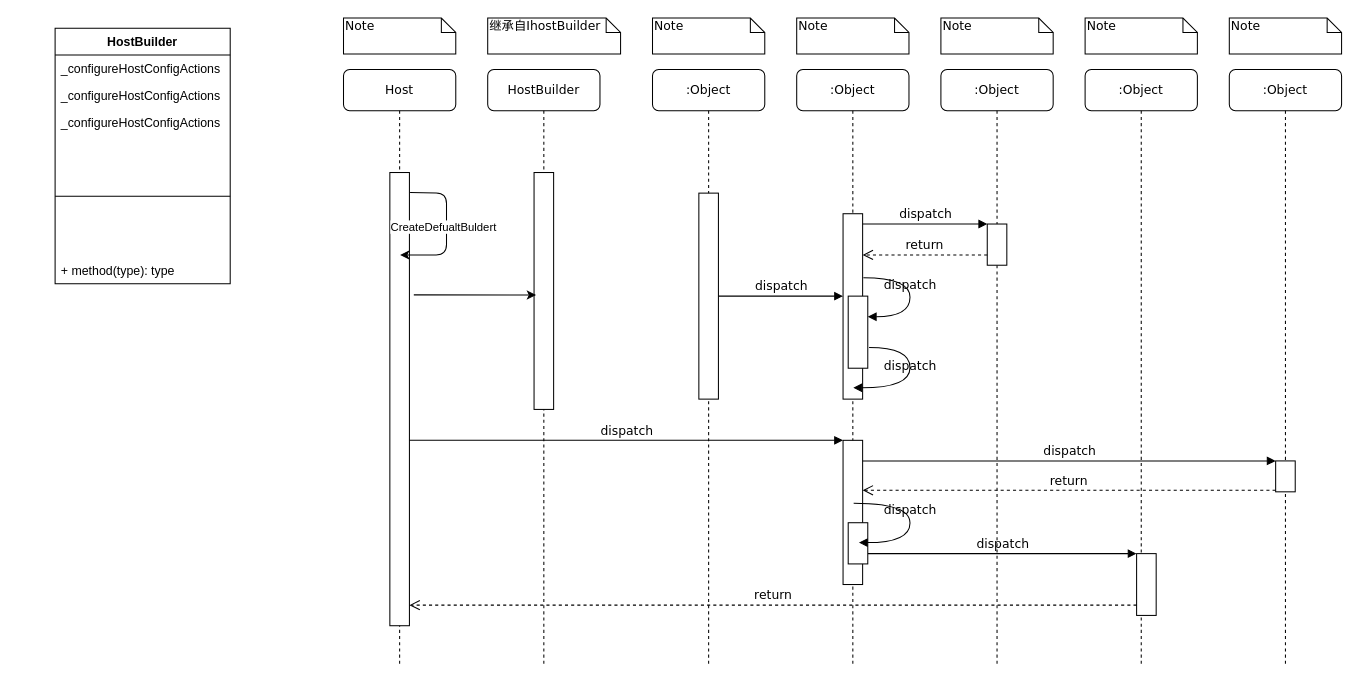
Above: page "Startup" (1 of 3) of Untitled Diagram.drawio in mihaluo/GitLearning (draw.io), before the change. Source tidied: cells renumbered, new cells numbered last; positions are measured from the earlier drawing's top-left corner, leaving out a move shared by most shapes. Both pictures are drawn from the tidied source at 103%, with x=0, y=0 at pixel (55, 18).
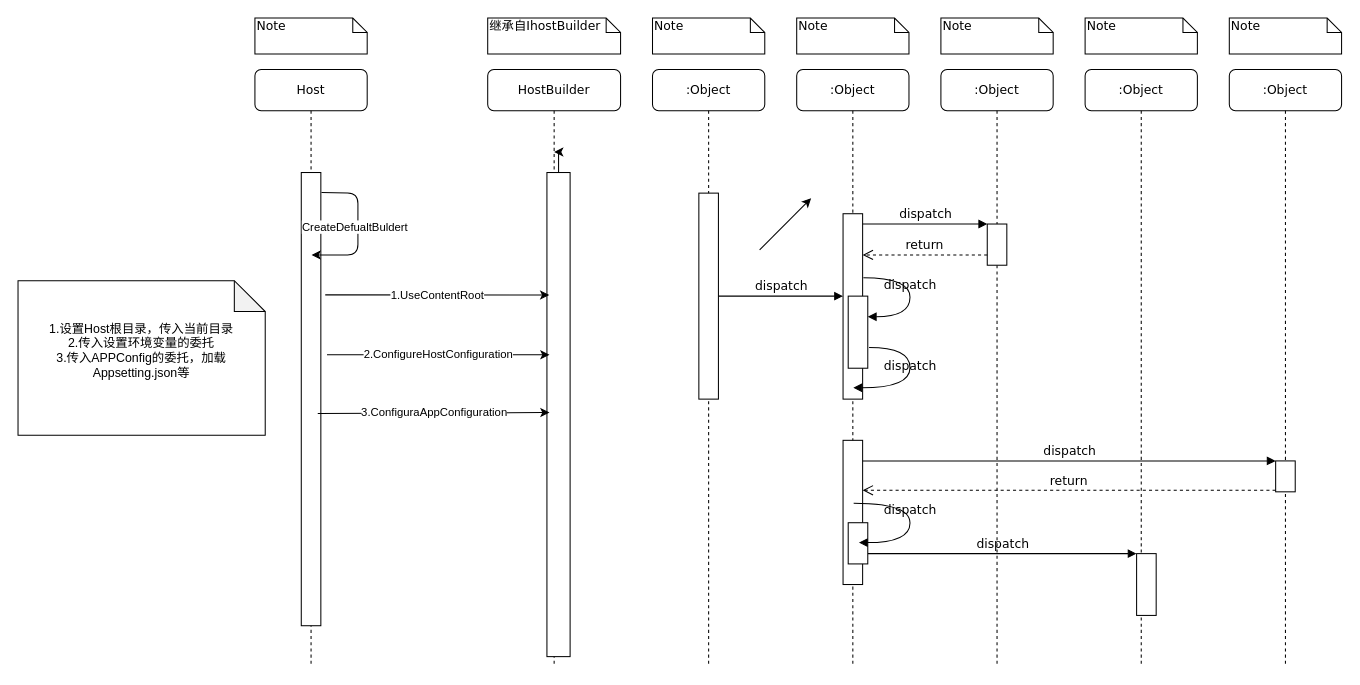
After the change.

Commit message:
add host step 3

Unchanged cells that the change refers to:
```xml
<mxCell id="11" style="html=1;points=[];perimeter=orthogonalPerimeter;rounded=0;shadow=0;comic=0;labelBackgroundColor=none;strokeWidth=1;fontFamily=Verdana;fontSize=12;align=center;" parent="10" vertex="1">
  <mxGeometry x="45" y="100" width="19" height="440" as="geometry" />
</mxCell>
<mxCell id="19" style="html=1;points=[];perimeter=orthogonalPerimeter;rounded=0;shadow=0;comic=0;labelBackgroundColor=none;strokeWidth=1;fontFamily=Verdana;fontSize=12;align=center;" parent="1" vertex="1">
  <mxGeometry x="765" y="410" width="19" height="140" as="geometry" />
</mxCell>
<mxCell id="24" style="html=1;points=[];perimeter=orthogonalPerimeter;rounded=0;shadow=0;comic=0;labelBackgroundColor=none;strokeWidth=1;fontFamily=Verdana;fontSize=12;align=center;" parent="1" vertex="1">
  <mxGeometry x="1050" y="520" width="19" height="60" as="geometry" />
</mxCell>
```

The edit, as a diff of the source:
```diff
@@
     <mxCell id="2" value="HostBuilder" style="shape=umlLifeline;perimeter=lifelinePerimeter;whiteSpace=wrap;html=1;outlineConnect=0;rounded=1;shadow=0;comic=0;labelBackgroundColor=none;strokeWidth=1;fontFamily=Verdana;fontSize=12;align=center;" parent="1" vertex="1">
-      <mxGeometry x="420" y="50" width="109" height="580" as="geometry" />
+      <mxGeometry x="420" y="50" width="129" height="580" as="geometry" />
     </mxCell>
+    <mxCell id="46" style="edgeStyle=orthogonalEdgeStyle;rounded=0;jettySize=auto;html=1;" parent="2" edge="1" source="3" target="2">
+      <mxGeometry relative="1" as="geometry" />
+    </mxCell>
     <mxCell id="3" style="html=1;points=[];perimeter=orthogonalPerimeter;rounded=0;shadow=0;comic=0;labelBackgroundColor=none;strokeWidth=1;fontFamily=Verdana;fontSize=12;align=center;" parent="2" vertex="1">
-      <mxGeometry x="45" y="100" width="19" height="230" as="geometry" />
+      <mxGeometry x="57.5" y="100" width="22.5" height="470" as="geometry" />
     </mxCell>
@@
     <mxCell id="10" value="Host" style="shape=umlLifeline;perimeter=lifelinePerimeter;whiteSpace=wrap;html=1;rounded=1;shadow=0;comic=0;labelBackgroundColor=none;strokeWidth=1;fontFamily=Verdana;fontSize=12;align=center;" parent="1" vertex="1">
-      <mxGeometry x="280" y="50" width="109" height="580" as="geometry" />
+      <mxGeometry x="194" y="50" width="109" height="580" as="geometry" />
     </mxCell>
@@
-    <mxCell id="20" value="dispatch" style="html=1;verticalAlign=bottom;endArrow=block;entryX=0;entryY=0;labelBackgroundColor=none;fontFamily=Verdana;fontSize=12;" parent="1" edge="1" source="11" target="19">
-      <mxGeometry relative="1" as="geometry" />
-    </mxCell>
@@
-    <mxCell id="26" value="return" style="html=1;verticalAlign=bottom;endArrow=open;dashed=1;endSize=8;labelBackgroundColor=none;fontFamily=Verdana;fontSize=12;edgeStyle=elbowEdgeStyle;elbow=vertical;" parent="1" edge="1" source="24" target="11">
-      <mxGeometry relative="1" as="geometry">
-        <Array as="points">
-          <mxPoint x="750" y="570" />
-        </Array>
-      </mxGeometry>
-    </mxCell>
@@
     <mxCell id="32" value="Note" style="shape=note;whiteSpace=wrap;html=1;size=14;verticalAlign=top;align=left;spacingTop=-6;rounded=0;shadow=0;comic=0;labelBackgroundColor=none;strokeWidth=1;fontFamily=Verdana;fontSize=12;" parent="1" vertex="1">
-      <mxGeometry x="280" width="109" height="35" as="geometry" />
+      <mxGeometry x="194" width="109" height="35" as="geometry" />
     </mxCell>
@@
-    <mxCell id="39" style="endArrow=classic;html=1;entryX=0.1;entryY=0.517;entryDx=0;entryDy=0;entryPerimeter=0;exitX=1.224;exitY=0.27;exitDx=0;exitDy=0;exitPerimeter=0;" parent="1" edge="1" source="11" target="3">
+    <mxCell id="39" value="1.UseContentRoot" style="endArrow=classic;html=1;entryX=0.1;entryY=0.253;entryDx=0;entryDy=0;entryPerimeter=0;exitX=1.224;exitY=0.27;exitDx=0;exitDy=0;exitPerimeter=0;" parent="1" edge="1" source="11" target="3">
       <mxGeometry relative="1" as="geometry" />
     </mxCell>
-    <mxCell id="40" value="HostBuilder" style="swimlane;fontStyle=1;align=center;verticalAlign=top;horizontal=1;startSize=26;" parent="1" vertex="1">
-      <mxGeometry y="10" width="170" height="248" as="geometry" />
-    </mxCell>
-    <mxCell id="41" value="_configureHostConfigActions&#10;" style="text;strokeColor=none;fillColor=none;align=left;verticalAlign=top;spacingLeft=4;spacingRight=4;overflow=hidden;" parent="40" vertex="1">
-      <mxGeometry y="26" width="170" height="26" as="geometry" />
-    </mxCell>
-    <mxCell id="42" value="_configureHostConfigActions&#10;" style="text;strokeColor=none;fillColor=none;align=left;verticalAlign=top;spacingLeft=4;spacingRight=4;overflow=hidden;" parent="40" vertex="1">
-      <mxGeometry y="52" width="170" height="26" as="geometry" />
-    </mxCell>
-    <mxCell id="43" value="_configureHostConfigActions&#10;" style="text;strokeColor=none;fillColor=none;align=left;verticalAlign=top;spacingLeft=4;spacingRight=4;overflow=hidden;" parent="40" vertex="1">
-      <mxGeometry y="78" width="170" height="26" as="geometry" />
-    </mxCell>
-    <mxCell id="44" style="line;strokeWidth=1;fillColor=none;align=left;verticalAlign=middle;spacingTop=-1;spacingLeft=3;spacingRight=3;labelPosition=right;" parent="40" vertex="1">
-      <mxGeometry y="104" width="170" height="118" as="geometry" />
-    </mxCell>
-    <mxCell id="45" value="+ method(type): type" style="text;strokeColor=none;fillColor=none;align=left;verticalAlign=top;spacingLeft=4;spacingRight=4;overflow=hidden;" parent="40" vertex="1">
-      <mxGeometry y="222" width="170" height="26" as="geometry" />
-    </mxCell>
+    <mxCell id="47" style="endArrow=classic;html=1;" parent="1" edge="1">
+      <mxGeometry relative="1" as="geometry">
+        <mxPoint x="684" y="225" as="sourcePoint" />
+        <mxPoint x="734" y="175" as="targetPoint" />
+      </mxGeometry>
+    </mxCell>
+    <mxCell id="48" value="2.ConfigureHostConfiguration" style="endArrow=classic;html=1;" parent="1" edge="1">
+      <mxGeometry relative="1" as="geometry">
+        <mxPoint x="264" y="327" as="sourcePoint" />
+        <mxPoint x="480" y="327" as="targetPoint" />
+        <Array as="points">
+          <mxPoint x="290" y="327" />
+        </Array>
+      </mxGeometry>
+    </mxCell>
+    <mxCell id="49" value="1.设置Host根目录，传入当前目录&lt;br&gt;2.传入设置环境变量的委托&lt;br&gt;3.传入APPConfig的委托，加载Appsetting.json等&lt;br&gt;&lt;br&gt;" style="shape=note;whiteSpace=wrap;html=1;backgroundOutline=1;darkOpacity=0.05;" parent="1" vertex="1">
+      <mxGeometry x="-36" y="255" width="240" height="150" as="geometry" />
+    </mxCell>
+    <mxCell id="50" value="3.ConfiguraAppConfiguration" style="endArrow=classic;html=1;" parent="1" edge="1">
+      <mxGeometry relative="1" as="geometry">
+        <mxPoint x="255" y="384" as="sourcePoint" />
+        <mxPoint x="480" y="383" as="targetPoint" />
+      </mxGeometry>
+    </mxCell>
```
